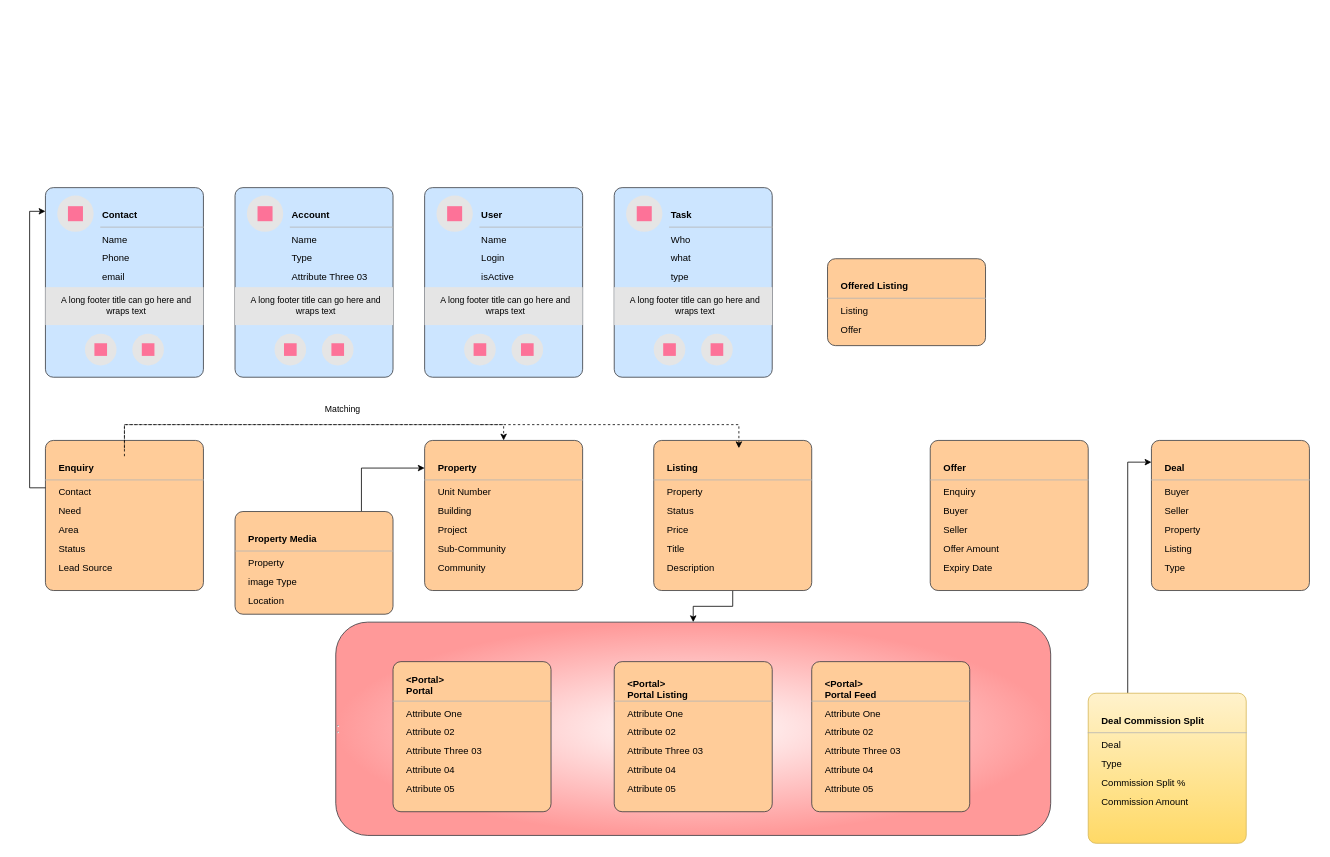
Earlier version of the draw.io diagram page "Property base Objects" (3 of 22) of Real Estate Business.drawio (ybbhosale2023/Propertybase). Source tidied: cells renumbered, new cells numbered last; positions are measured from the earlier drawing's top-left corner, leaving out a move shared by most shapes. Both pictures are drawn from the tidied source at 79%, with x=0, y=0 at pixel (29, 187).
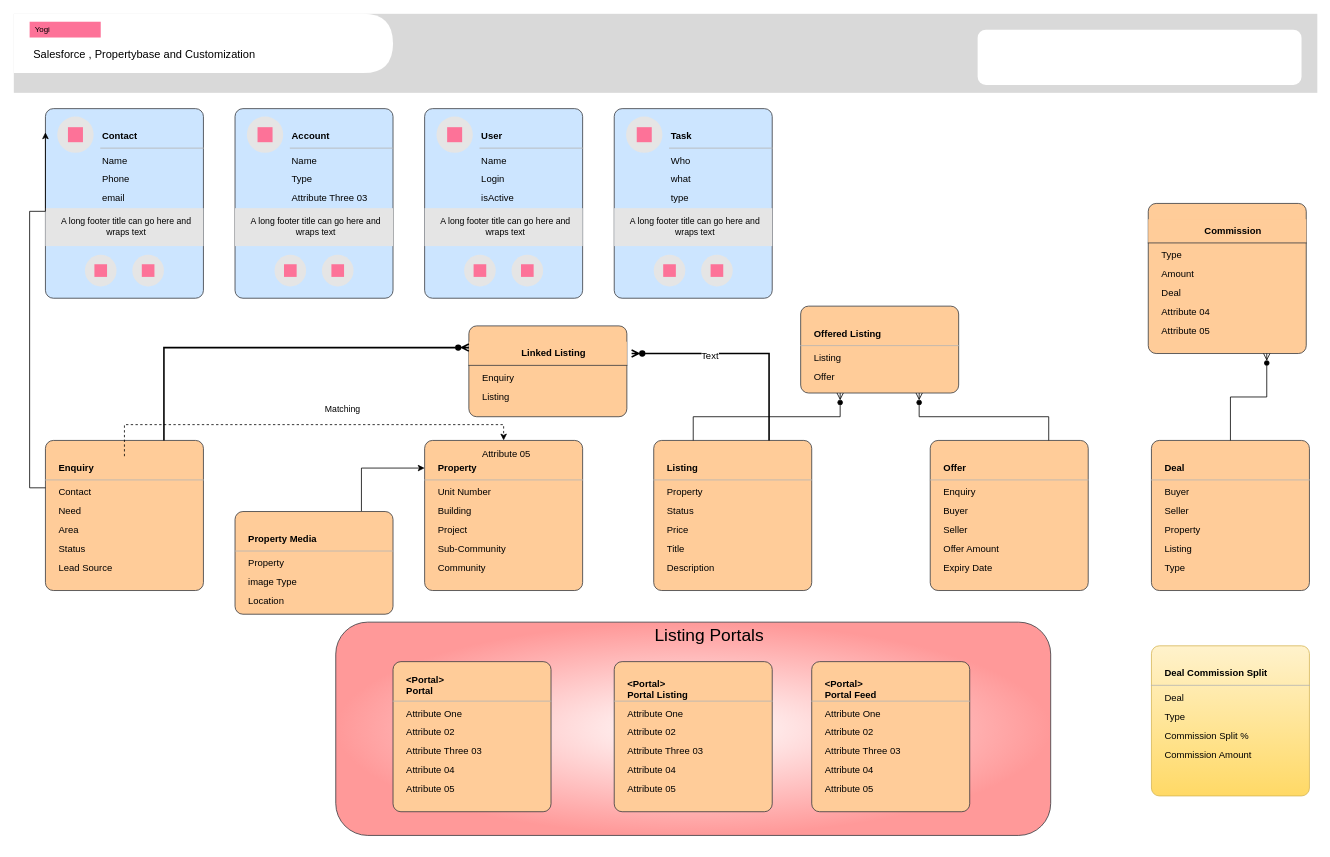
The same diagram, later.

The change refers to these unchanged cells:
```xml
<mxCell id="51" style="rounded=1;whiteSpace=wrap;html=1;strokeColor=#36393d;arcSize=20;absoluteArcSize=1;fillColor=#ffcc99;" parent="1" vertex="1">
  <mxGeometry x="20" y="320" width="200" height="190" as="geometry" />
</mxCell>
<mxCell id="67" style="rounded=1;whiteSpace=wrap;html=1;strokeColor=#36393d;arcSize=20;absoluteArcSize=1;fillColor=#ffcc99;" parent="1" vertex="1">
  <mxGeometry x="790" y="320" width="200" height="190" as="geometry" />
</mxCell>
<mxCell id="83" style="rounded=1;whiteSpace=wrap;html=1;strokeColor=#36393d;arcSize=20;absoluteArcSize=1;fillColor=#ffcc99;" parent="1" vertex="1">
  <mxGeometry x="1140" y="320" width="200" height="190" as="geometry" />
</mxCell>
<mxCell id="90" style="rounded=1;whiteSpace=wrap;html=1;strokeColor=#36393d;arcSize=20;absoluteArcSize=1;fillColor=#ffcc99;" parent="1" vertex="1">
  <mxGeometry x="1420" y="320" width="200" height="190" as="geometry" />
</mxCell>
<mxCell id="91" value="Deal" style="shape=partialRectangle;whiteSpace=wrap;html=1;top=0;left=0;fillColor=none;right=0;fontStyle=1;align=left;strokeColor=#B3B3B3;spacingLeft=15;" parent="90" vertex="1">
  <mxGeometry width="200" height="30" relative="1" as="geometry">
    <mxPoint y="20" as="offset" />
  </mxGeometry>
</mxCell>
```

What changed in the source:
```diff
@@
-    <mxCell id="2" value="&lt;div style=&quot;&quot;&gt;&lt;hr&gt;&lt;hr style=&quot;text-align: right;&quot;&gt;&lt;/div&gt;" style="rounded=1;whiteSpace=wrap;html=1;fillColor=default;strokeColor=#36393d;gradientColor=#FF9999;gradientDirection=radial;align=left;" parent="1" vertex="1">
+    <mxCell id="2" value="&lt;blockquote style=&quot;margin: 0 0 0 40px; border: none; padding: 0px;&quot;&gt;&lt;div style=&quot;&quot;&gt;&lt;span style=&quot;font-size: 22px;&quot;&gt;Listing Portals&lt;/span&gt;&lt;/div&gt;&lt;div style=&quot;&quot;&gt;&lt;span style=&quot;font-size: 22px;&quot;&gt;&lt;br&gt;&lt;/span&gt;&lt;/div&gt;&lt;div style=&quot;&quot;&gt;&lt;span style=&quot;font-size: 22px;&quot;&gt;&lt;br&gt;&lt;/span&gt;&lt;/div&gt;&lt;div style=&quot;&quot;&gt;&lt;span style=&quot;font-size: 22px;&quot;&gt;&lt;br&gt;&lt;/span&gt;&lt;/div&gt;&lt;div style=&quot;&quot;&gt;&lt;span style=&quot;font-size: 22px;&quot;&gt;&lt;br&gt;&lt;/span&gt;&lt;/div&gt;&lt;div style=&quot;&quot;&gt;&lt;span style=&quot;font-size: 22px;&quot;&gt;&lt;br&gt;&lt;/span&gt;&lt;/div&gt;&lt;div style=&quot;&quot;&gt;&lt;span style=&quot;font-size: 22px;&quot;&gt;&lt;br&gt;&lt;/span&gt;&lt;/div&gt;&lt;div style=&quot;&quot;&gt;&lt;span style=&quot;font-size: 22px;&quot;&gt;&lt;br&gt;&lt;/span&gt;&lt;/div&gt;&lt;div style=&quot;&quot;&gt;&lt;span style=&quot;font-size: 22px;&quot;&gt;&lt;br&gt;&lt;/span&gt;&lt;/div&gt;&lt;div style=&quot;&quot;&gt;&lt;span style=&quot;font-size: 22px;&quot;&gt;&lt;br&gt;&lt;/span&gt;&lt;/div&gt;&lt;/blockquote&gt;" style="rounded=1;whiteSpace=wrap;html=1;fillColor=default;strokeColor=#36393d;gradientColor=#FF9999;gradientDirection=radial;align=center;" parent="1" vertex="1">
       <mxGeometry x="387.5" y="550" width="905" height="270" as="geometry" />
     </mxCell>
     <mxCell id="3" style="rounded=1;whiteSpace=wrap;html=1;strokeColor=#36393d;arcSize=20;absoluteArcSize=1;fillColor=#cce5ff;" parent="1" vertex="1">
-      <mxGeometry x="20" width="200" height="240" as="geometry" />
+      <mxGeometry x="20" y="-100" width="200" height="240" as="geometry" />
     </mxCell>
@@
     <mxCell id="15" style="rounded=1;whiteSpace=wrap;html=1;strokeColor=#36393d;arcSize=20;absoluteArcSize=1;fillColor=#cce5ff;" parent="1" vertex="1">
-      <mxGeometry x="260" width="200" height="240" as="geometry" />
+      <mxGeometry x="260" y="-100" width="200" height="240" as="geometry" />
     </mxCell>
@@
     <mxCell id="27" style="rounded=1;whiteSpace=wrap;html=1;strokeColor=#36393d;arcSize=20;absoluteArcSize=1;fillColor=#cce5ff;" parent="1" vertex="1">
-      <mxGeometry x="500" width="200" height="240" as="geometry" />
+      <mxGeometry x="500" y="-100" width="200" height="240" as="geometry" />
     </mxCell>
@@
     <mxCell id="39" style="rounded=1;whiteSpace=wrap;html=1;strokeColor=#36393d;arcSize=20;absoluteArcSize=1;fillColor=#cce5ff;" parent="1" vertex="1">
-      <mxGeometry x="740" width="200" height="240" as="geometry" />
+      <mxGeometry x="740" y="-100" width="200" height="240" as="geometry" />
     </mxCell>
@@
-    <mxCell id="66" style="edgeStyle=orthogonalEdgeStyle;rounded=0;jettySize=auto;html=1;" parent="1" edge="1" source="67" target="2">
-      <mxGeometry relative="1" as="geometry" />
-    </mxCell>
@@
-    <mxCell id="82" style="edgeStyle=orthogonalEdgeStyle;rounded=0;orthogonalLoop=1;jettySize=auto;html=1;entryX=0.539;entryY=-0.001;entryDx=0;entryDy=0;entryPerimeter=0;dashed=1;" parent="1" edge="1">
-      <mxGeometry relative="1" as="geometry">
-        <mxPoint x="120" y="330" as="sourcePoint" />
-        <mxPoint x="897.8" y="329.8" as="targetPoint" />
-        <Array as="points">
-          <mxPoint x="120" y="300" />
-          <mxPoint x="898" y="300" />
-        </Array>
-      </mxGeometry>
-    </mxCell>
@@
-    <mxCell id="97" style="edgeStyle=orthogonalEdgeStyle;rounded=0;jettySize=auto;html=1;exitX=0.25;exitY=0;exitDx=0;exitDy=0;entryX=0;entryY=0.25;entryDx=0;entryDy=0;" parent="1" edge="1" source="98" target="91">
-      <mxGeometry relative="1" as="geometry" />
-    </mxCell>
     <mxCell id="98" style="rounded=1;whiteSpace=wrap;html=1;strokeColor=#d6b656;arcSize=20;absoluteArcSize=1;fillColor=#fff2cc;gradientColor=#ffd966;" parent="1" vertex="1">
-      <mxGeometry x="1340" y="640" width="200" height="190" as="geometry" />
+      <mxGeometry x="1420" y="580" width="200" height="190" as="geometry" />
     </mxCell>
@@
     <mxCell id="125" style="rounded=1;whiteSpace=wrap;html=1;strokeColor=#36393d;arcSize=20;absoluteArcSize=1;fillColor=#ffcc99;" parent="1" vertex="1">
-      <mxGeometry x="1010" y="90" width="200" height="110" as="geometry" />
+      <mxGeometry x="976" y="150" width="200" height="110" as="geometry" />
     </mxCell>
@@
+    <mxCell id="129" style="strokeColor=none;fillColor=#d9d9d9;" parent="1" vertex="1">
+      <mxGeometry x="-20" y="-220" width="1650" height="100" as="geometry" />
+    </mxCell>
+    <mxCell id="130" style="shape=delay;whiteSpace=wrap;html=1;strokeColor=none;" parent="129" vertex="1">
+      <mxGeometry width="480" height="75" relative="1" as="geometry" />
+    </mxCell>
+    <mxCell id="131" value="Yogi" style="rounded=0;whiteSpace=wrap;html=1;fillColor=#fd7298;strokeColor=none;align=left;spacingLeft=5;fontSize=10;" parent="130" vertex="1">
+      <mxGeometry width="90" height="20" relative="1" as="geometry">
+        <mxPoint x="20" y="10" as="offset" />
+      </mxGeometry>
+    </mxCell>
+    <mxCell id="132" value="&lt;h3&gt;&lt;span style=&quot;font-size: 14px; font-weight: 400;&quot;&gt;Salesforce , Propertybase and Customization&lt;/span&gt;&lt;/h3&gt;" style="text;html=1;strokeColor=none;fillColor=none;spacing=5;spacingTop=-20;whiteSpace=wrap;overflow=hidden;rounded=0;" parent="130" vertex="1">
+      <mxGeometry width="440" height="50" relative="1" as="geometry">
+        <mxPoint x="20" y="40" as="offset" />
+      </mxGeometry>
+    </mxCell>
+    <mxCell id="133" style="rounded=1;whiteSpace=wrap;html=1;strokeColor=none;verticalAlign=top;align=left;spacingLeft=10;fontSize=11;" parent="129" vertex="1">
+      <mxGeometry x="1" width="410" height="70" relative="1" as="geometry">
+        <mxPoint x="-430" y="20" as="offset" />
+      </mxGeometry>
+    </mxCell>
+    <mxCell id="134" style="edgeStyle=orthogonalEdgeStyle;fontSize=12;html=1;endArrow=manyOptional;endFill=1;startArrow=none;rounded=0;startFill=0;entryX=0.25;entryY=1;entryDx=0;entryDy=0;exitX=0.25;exitY=0;exitDx=0;exitDy=0;" parent="1" edge="1" source="67" target="125">
+      <mxGeometry relative="1" as="geometry" />
+    </mxCell>
+    <mxCell id="135" style="edgeStyle=elbowEdgeStyle;fontSize=12;html=1;endArrow=manyOptional;endFill=1;startArrow=none;rounded=0;startFill=0;elbow=vertical;exitX=0.75;exitY=0;exitDx=0;exitDy=0;entryX=0.75;entryY=1;entryDx=0;entryDy=0;" parent="1" edge="1" source="83" target="125">
+      <mxGeometry relative="1" as="geometry" />
+    </mxCell>
+    <mxCell id="136" style="rounded=1;whiteSpace=wrap;html=1;strokeColor=#36393d;arcSize=20;absoluteArcSize=1;fillColor=#ffcc99;align=center;verticalAlign=middle;fontFamily=Helvetica;fontSize=12;fontColor=default;" parent="1" vertex="1">
+      <mxGeometry x="1416" y="20" width="200" height="190" as="geometry" />
+    </mxCell>
+    <mxCell id="137" value="Commission" style="shape=partialRectangle;whiteSpace=wrap;html=1;top=0;left=0;fillColor=#ffcc99;right=0;fontStyle=1;align=center;strokeColor=#36393d;spacingLeft=15;rounded=1;verticalAlign=middle;arcSize=20;fontFamily=Helvetica;fontSize=12;fontColor=default;" parent="136" vertex="1">
+      <mxGeometry width="200" height="30" relative="1" as="geometry">
+        <mxPoint y="20" as="offset" />
+      </mxGeometry>
+    </mxCell>
+    <mxCell id="138" value="Type" style="text;html=1;strokeColor=none;fillColor=none;align=left;verticalAlign=middle;whiteSpace=wrap;rounded=0;spacingLeft=15;fontFamily=Helvetica;fontSize=12;fontColor=default;" parent="136" vertex="1">
+      <mxGeometry width="200" height="24" relative="1" as="geometry">
+        <mxPoint y="54" as="offset" />
+      </mxGeometry>
+    </mxCell>
+    <mxCell id="139" value="Amount" style="text;html=1;strokeColor=none;fillColor=none;align=left;verticalAlign=middle;whiteSpace=wrap;rounded=0;spacingLeft=15;fontFamily=Helvetica;fontSize=12;fontColor=default;" parent="136" vertex="1">
+      <mxGeometry width="200" height="24" relative="1" as="geometry">
+        <mxPoint y="78" as="offset" />
+      </mxGeometry>
+    </mxCell>
+    <mxCell id="140" value="Deal" style="text;html=1;strokeColor=none;fillColor=none;align=left;verticalAlign=middle;whiteSpace=wrap;rounded=0;spacingLeft=15;fontFamily=Helvetica;fontSize=12;fontColor=default;" parent="136" vertex="1">
+      <mxGeometry width="200" height="24" relative="1" as="geometry">
+        <mxPoint y="102" as="offset" />
+      </mxGeometry>
+    </mxCell>
+    <mxCell id="141" value="Attribute 04" style="text;html=1;strokeColor=none;fillColor=none;align=left;verticalAlign=middle;whiteSpace=wrap;rounded=0;spacingLeft=15;fontFamily=Helvetica;fontSize=12;fontColor=default;" parent="136" vertex="1">
+      <mxGeometry width="200" height="24" relative="1" as="geometry">
+        <mxPoint y="126" as="offset" />
+      </mxGeometry>
+    </mxCell>
+    <mxCell id="142" value="Attribute 05" style="text;html=1;strokeColor=none;fillColor=none;align=left;verticalAlign=middle;whiteSpace=wrap;rounded=0;spacingLeft=15;fontFamily=Helvetica;fontSize=12;fontColor=default;" parent="136" vertex="1">
+      <mxGeometry width="200" height="24" relative="1" as="geometry">
+        <mxPoint y="150" as="offset" />
+      </mxGeometry>
+    </mxCell>
+    <mxCell id="143" style="fontSize=12;html=1;endArrow=manyOptional;endFill=1;startArrow=none;rounded=0;startFill=0;exitX=0.5;exitY=0;exitDx=0;exitDy=0;entryX=0.75;entryY=1;entryDx=0;entryDy=0;edgeStyle=elbowEdgeStyle;elbow=vertical;" parent="1" edge="1" source="90" target="136">
+      <mxGeometry relative="1" as="geometry" />
+    </mxCell>
+    <mxCell id="144" style="rounded=1;whiteSpace=wrap;html=1;strokeColor=#36393d;arcSize=20;absoluteArcSize=1;align=center;verticalAlign=middle;fontFamily=Helvetica;fontSize=12;fontColor=default;fillColor=#ffcc99;" parent="1" vertex="1">
+      <mxGeometry x="556" y="175" width="200" height="115" as="geometry" />
+    </mxCell>
+    <mxCell id="145" value="Linked Listing" style="shape=partialRectangle;whiteSpace=wrap;html=1;top=0;left=0;fillColor=#ffcc99;right=0;fontStyle=1;align=center;strokeColor=#36393d;spacingLeft=15;rounded=1;verticalAlign=middle;arcSize=20;fontFamily=Helvetica;fontSize=12;fontColor=default;" parent="144" vertex="1">
+      <mxGeometry width="200" height="30" relative="1" as="geometry">
+        <mxPoint y="20" as="offset" />
+      </mxGeometry>
+    </mxCell>
+    <mxCell id="146" value="Enquiry" style="text;html=1;strokeColor=none;fillColor=none;align=left;verticalAlign=middle;whiteSpace=wrap;rounded=0;spacingLeft=15;fontFamily=Helvetica;fontSize=12;fontColor=default;" parent="144" vertex="1">
+      <mxGeometry width="200" height="24" relative="1" as="geometry">
+        <mxPoint y="54" as="offset" />
+      </mxGeometry>
+    </mxCell>
+    <mxCell id="147" value="Listing" style="text;html=1;strokeColor=none;fillColor=none;align=left;verticalAlign=middle;whiteSpace=wrap;rounded=0;spacingLeft=15;fontFamily=Helvetica;fontSize=12;fontColor=default;" parent="144" vertex="1">
+      <mxGeometry width="200" height="24" relative="1" as="geometry">
+        <mxPoint y="78" as="offset" />
+      </mxGeometry>
+    </mxCell>
+    <mxCell id="148" value="Attribute 05" style="text;html=1;strokeColor=none;fillColor=none;align=left;verticalAlign=middle;whiteSpace=wrap;rounded=0;spacingLeft=15;fontFamily=Helvetica;fontSize=12;fontColor=default;" parent="144" vertex="1">
+      <mxGeometry width="200" height="24" relative="1" as="geometry">
+        <mxPoint y="150" as="offset" />
+      </mxGeometry>
+    </mxCell>
+    <mxCell id="149" style="edgeStyle=elbowEdgeStyle;fontSize=12;html=1;endArrow=manyOptional;endFill=1;startArrow=none;rounded=0;startFill=0;strokeColor=default;strokeWidth=2;align=center;verticalAlign=middle;fontFamily=Helvetica;fontColor=default;labelBackgroundColor=default;elbow=vertical;exitX=0.73;exitY=0;exitDx=0;exitDy=0;exitPerimeter=0;" parent="144" edge="1" source="67">
+      <mxGeometry relative="1" as="geometry">
+        <mxPoint x="206" y="35" as="targetPoint" />
+        <Array as="points">
+          <mxPoint x="310" y="35" />
+        </Array>
+      </mxGeometry>
+    </mxCell>
+    <mxCell id="150" value="Text" style="edgeLabel;html=1;align=center;verticalAlign=middle;rounded=0;strokeColor=default;strokeWidth=2;fontFamily=Helvetica;fontSize=12;fontColor=default;labelBackgroundColor=default;" parent="149" vertex="1">
+      <mxGeometry x="0.31" y="3" relative="1" as="geometry" />
+    </mxCell>
+    <mxCell id="151" style="edgeStyle=orthogonalEdgeStyle;fontSize=12;html=1;endArrow=manyOptional;endFill=1;startArrow=none;rounded=0;startFill=0;exitX=0.75;exitY=0;exitDx=0;exitDy=0;entryX=0;entryY=0.25;entryDx=0;entryDy=0;elbow=vertical;strokeWidth=2;" parent="1" edge="1" source="51" target="145">
+      <mxGeometry relative="1" as="geometry" />
+    </mxCell>
```
